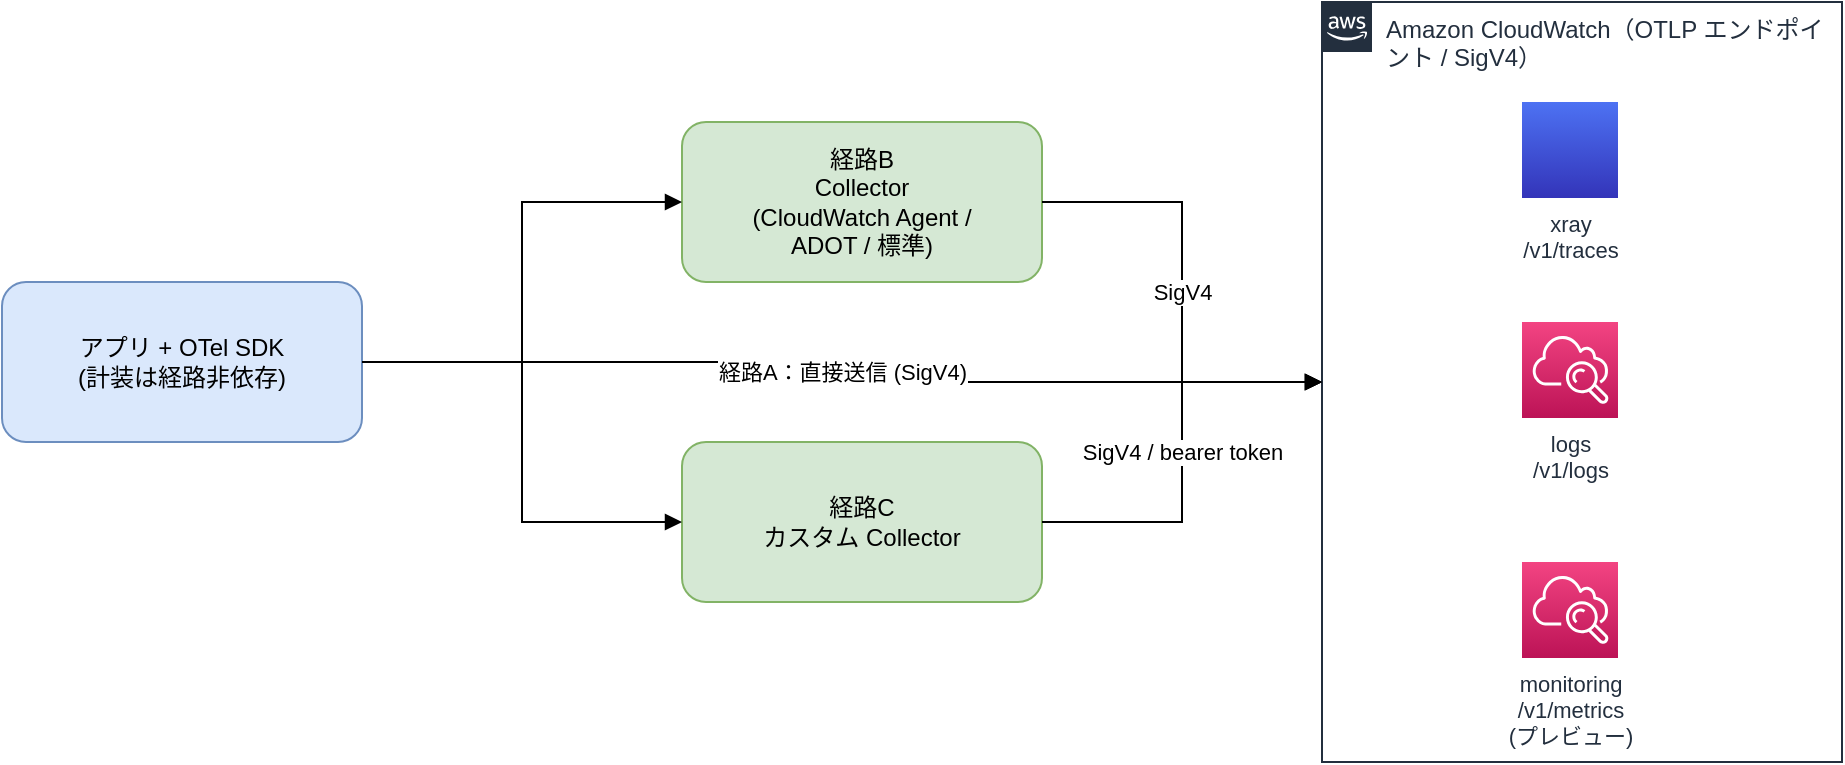
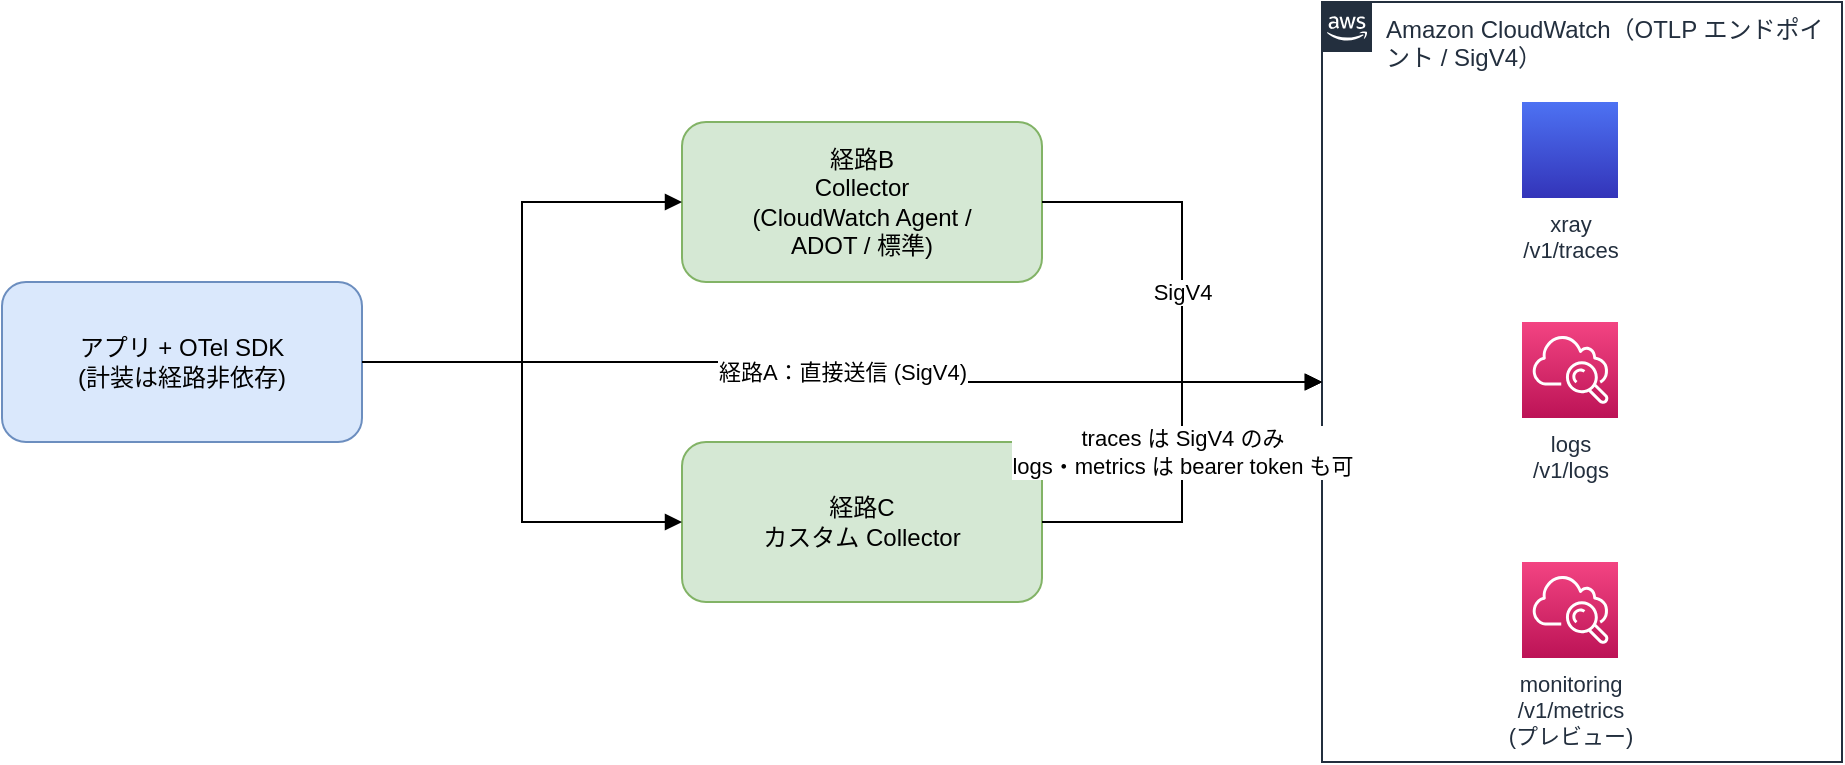
<mxfile host="app.diagrams.net">
    <diagram id="otel-fig1" name="図1 意思決定の全体地図">
        <mxGraphModel dx="1200" dy="800" grid="1" gridSize="10" guides="1" tooltips="1" connect="1" arrows="1" fold="1" page="1" pageScale="1" pageWidth="1000" pageHeight="620" math="0" shadow="0">
            <root>
                <mxCell id="0"/>
                <mxCell id="1" parent="0"/>
                <mxCell id="app" value="アプリ + OTel SDK&#10;(計装は経路非依存)" style="rounded=1;whiteSpace=wrap;html=1;fillColor=#dae8fc;strokeColor=#6c8ebf;fontSize=12;" parent="1" vertex="1">
                    <mxGeometry x="40" y="260" width="180" height="80" as="geometry"/>
                </mxCell>
                <mxCell id="colb" value="経路B&#10;Collector&#10;(CloudWatch Agent /&#10;ADOT / 標準)" style="rounded=1;whiteSpace=wrap;html=1;fillColor=#d5e8d4;strokeColor=#82b366;fontSize=12;" parent="1" vertex="1">
                    <mxGeometry x="380" y="180" width="180" height="80" as="geometry"/>
                </mxCell>
                <mxCell id="colc" value="経路C&#10;カスタム Collector" style="rounded=1;whiteSpace=wrap;html=1;fillColor=#d5e8d4;strokeColor=#82b366;fontSize=12;" parent="1" vertex="1">
                    <mxGeometry x="380" y="340" width="180" height="80" as="geometry"/>
                </mxCell>
                <mxCell id="cw" value="Amazon CloudWatch（OTLP エンドポイント / SigV4）" style="points=[[0,0],[0.25,0],[0.5,0],[0.75,0],[1,0],[1,0.25],[1,0.5],[1,0.75],[1,1],[0.75,1],[0.5,1],[0.25,1],[0,1],[0,0.75],[0,0.5],[0,0.25]];outlineConnect=0;gradientColor=none;html=1;whiteSpace=wrap;fontSize=12;fontStyle=0;container=1;pointerEvents=0;collapsible=0;recursiveResize=0;shape=mxgraph.aws4.group;grIcon=mxgraph.aws4.group_aws_cloud_alt;strokeColor=#232F3E;fillColor=none;verticalAlign=top;align=left;spacingLeft=30;fontColor=#232F3E;dashed=0;" parent="1" vertex="1">
                    <mxGeometry x="700" y="120" width="260" height="380" as="geometry"/>
                </mxCell>
                <mxCell id="xray" value="xray&#10;/v1/traces" style="sketch=0;points=[[0,0,0],[0.25,0,0],[0.5,0,0],[0.75,0,0],[1,0,0],[0,1,0],[0.25,1,0],[0.5,1,0],[0.75,1,0],[1,1,0],[0,0.25,0],[0,0.5,0],[0,0.75,0],[1,0.25,0],[1,0.5,0],[1,0.75,0]];outlineConnect=0;fontColor=#232F3E;gradientColor=#4D72F3;gradientDirection=north;fillColor=#3334B9;strokeColor=#ffffff;dashed=0;verticalLabelPosition=bottom;verticalAlign=top;align=center;html=1;fontSize=11;fontStyle=0;aspect=fixed;shape=mxgraph.aws4.resourceIcon;resIcon=mxgraph.aws4.x_ray;" parent="cw" vertex="1">
                    <mxGeometry x="100" y="50" width="48" height="48" as="geometry"/>
                </mxCell>
                <mxCell id="logs" value="logs&#10;/v1/logs" style="sketch=0;points=[[0,0,0],[0.25,0,0],[0.5,0,0],[0.75,0,0],[1,0,0],[0,1,0],[0.25,1,0],[0.5,1,0],[0.75,1,0],[1,1,0],[0,0.25,0],[0,0.5,0],[0,0.75,0],[1,0.25,0],[1,0.5,0],[1,0.75,0]];outlineConnect=0;fontColor=#232F3E;gradientColor=#F34482;gradientDirection=north;fillColor=#BC1356;strokeColor=#ffffff;dashed=0;verticalLabelPosition=bottom;verticalAlign=top;align=center;html=1;fontSize=11;fontStyle=0;aspect=fixed;shape=mxgraph.aws4.resourceIcon;resIcon=mxgraph.aws4.cloudwatch;" parent="cw" vertex="1">
                    <mxGeometry x="100" y="160" width="48" height="48" as="geometry"/>
                </mxCell>
                <mxCell id="mon" value="monitoring&#10;/v1/metrics&#10;(プレビュー)" style="sketch=0;points=[[0,0,0],[0.25,0,0],[0.5,0,0],[0.75,0,0],[1,0,0],[0,1,0],[0.25,1,0],[0.5,1,0],[0.75,1,0],[1,1,0],[0,0.25,0],[0,0.5,0],[0,0.75,0],[1,0.25,0],[1,0.5,0],[1,0.75,0]];outlineConnect=0;fontColor=#232F3E;gradientColor=#F34482;gradientDirection=north;fillColor=#BC1356;strokeColor=#ffffff;dashed=0;verticalLabelPosition=bottom;verticalAlign=top;align=center;html=1;fontSize=11;fontStyle=0;aspect=fixed;shape=mxgraph.aws4.resourceIcon;resIcon=mxgraph.aws4.cloudwatch;" parent="cw" vertex="1">
                    <mxGeometry x="100" y="280" width="48" height="48" as="geometry"/>
                </mxCell>
                <mxCell id="ea" value="経路A：直接送信 (SigV4)" style="edgeStyle=orthogonalEdgeStyle;rounded=0;html=1;endArrow=block;fontSize=11;" parent="1" source="app" target="cw" edge="1">
                    <mxGeometry relative="1" as="geometry"/>
                </mxCell>
                <mxCell id="eb1" value="" style="edgeStyle=orthogonalEdgeStyle;rounded=0;html=1;endArrow=block;" parent="1" source="app" target="colb" edge="1">
                    <mxGeometry relative="1" as="geometry"/>
                </mxCell>
                <mxCell id="ec1" value="" style="edgeStyle=orthogonalEdgeStyle;rounded=0;html=1;endArrow=block;" parent="1" source="app" target="colc" edge="1">
                    <mxGeometry relative="1" as="geometry"/>
                </mxCell>
                <mxCell id="eb2" value="SigV4" style="edgeStyle=orthogonalEdgeStyle;rounded=0;html=1;endArrow=block;fontSize=11;" parent="1" source="colb" target="cw" edge="1">
                    <mxGeometry relative="1" as="geometry"/>
                </mxCell>
-                 <mxCell id="ec2" value="SigV4 / bearer token" style="edgeStyle=orthogonalEdgeStyle;rounded=0;html=1;endArrow=block;fontSize=11;" parent="1" source="colc" target="cw" edge="1">
+                 <mxCell id="ec2" value="traces は SigV4 のみ&#10;logs・metrics は bearer token も可" style="edgeStyle=orthogonalEdgeStyle;rounded=0;html=1;endArrow=block;fontSize=11;" parent="1" source="colc" target="cw" edge="1">
                    <mxGeometry relative="1" as="geometry"/>
                </mxCell>
            </root>
        </mxGraphModel>
    </diagram>
</mxfile>
